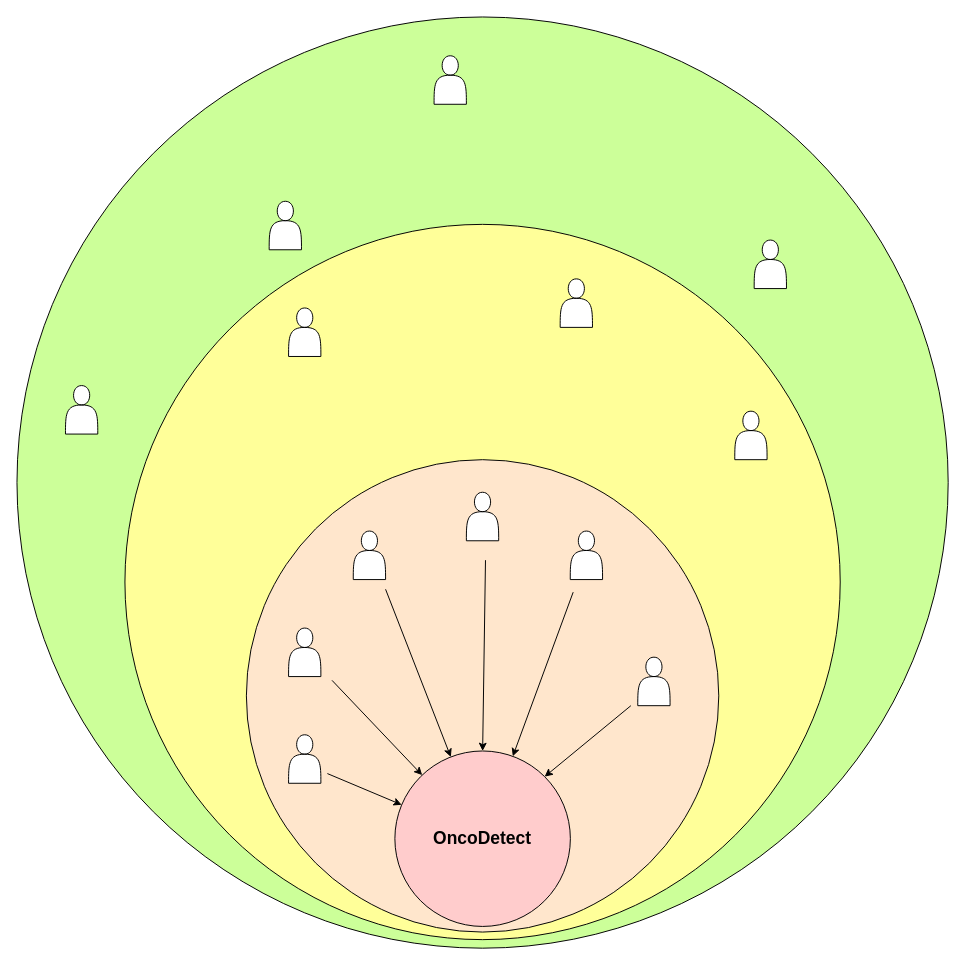
This is ShenalOnion.drawio from ShenalSen/24_5COSC020_CWK, a draw.io file, before an edit. Source tidied: cells renumbered, new cells numbered last; positions are measured from the earlier drawing's top-left corner, leaving out a move shared by most shapes. Both pictures are drawn from the tidied source at 97%, with x=0, y=0 at pixel (16, 16).
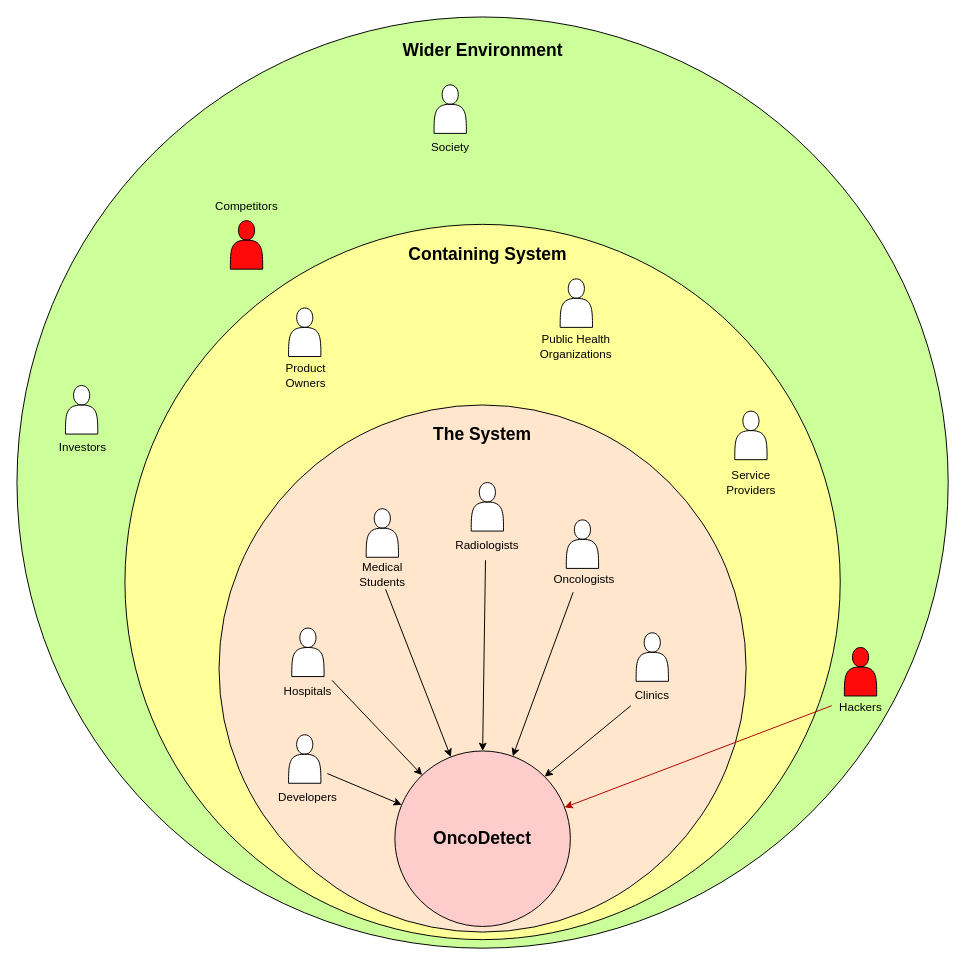
After the change.

The change refers to these unchanged cells:
```xml
<mxCell id="2" style="group;" parent="1" vertex="1">
  <mxGeometry width="960" height="960" as="geometry" />
</mxCell>
<mxCell id="3" style="ellipse;whiteSpace=wrap;html=1;fillColor=#CCFF99;" parent="2" vertex="1">
  <mxGeometry width="960" height="960" as="geometry" />
</mxCell>
<mxCell id="9" style="ellipse;whiteSpace=wrap;html=1;fillColor=#FFCCCC;" parent="2" vertex="1">
  <mxGeometry x="389.6" y="756.7" width="180.9" height="180.9" as="geometry" />
</mxCell>
```

What changed in the source:
```diff
@@
     <mxCell id="4" style="shape=actor;whiteSpace=wrap;html=1;" parent="3" vertex="1">
-      <mxGeometry x="430" y="40" width="33.3" height="50" as="geometry" />
+      <mxGeometry x="430" y="70" width="33.3" height="50" as="geometry" />
     </mxCell>
@@
-    <mxCell id="6" style="shape=actor;whiteSpace=wrap;html=1;" parent="3" vertex="1">
-      <mxGeometry x="260" y="190" width="33.3" height="50" as="geometry" />
+    <mxCell id="6" style="shape=actor;whiteSpace=wrap;html=1;fillColor=#FF0A0A;" parent="3" vertex="1">
+      <mxGeometry x="220" y="210" width="33.3" height="50" as="geometry" />
     </mxCell>
+    <mxCell id="27" value="Competitors" style="text;html=1;align=center;verticalAlign=middle;whiteSpace=wrap;rounded=0;" parent="3" vertex="1">
+      <mxGeometry x="206.7" y="180" width="60" height="30" as="geometry" />
+    </mxCell>
+    <mxCell id="28" value="Society" style="text;html=1;align=center;verticalAlign=middle;whiteSpace=wrap;rounded=0;" parent="3" vertex="1">
+      <mxGeometry x="416.7" y="120" width="60" height="30" as="geometry" />
+    </mxCell>
+    <mxCell id="29" style="group;" parent="3" vertex="1">
+      <mxGeometry x="839.7" y="647" width="60" height="80" as="geometry" />
+    </mxCell>
+    <mxCell id="30" value="Hackers" style="text;html=1;align=center;verticalAlign=middle;whiteSpace=wrap;rounded=0;" parent="29" vertex="1">
+      <mxGeometry y="50" width="60" height="30" as="geometry" />
+    </mxCell>
+    <mxCell id="25" style="shape=actor;whiteSpace=wrap;html=1;fillColor=#FF0A0A;" parent="3" vertex="1">
+      <mxGeometry x="853" y="650" width="33.3" height="50" as="geometry" />
+    </mxCell>
@@
     <mxCell id="8" style="ellipse;whiteSpace=wrap;html=1;fillColor=#FFE6CC;" parent="2" vertex="1">
-      <mxGeometry x="236.5" y="456.4" width="487" height="487" as="geometry" />
+      <mxGeometry x="208.3" y="400" width="543.4" height="543.4" as="geometry" />
     </mxCell>
@@
     <mxCell id="11" style="shape=actor;whiteSpace=wrap;html=1;" parent="2" vertex="1">
-      <mxGeometry x="640" y="660" width="33.3" height="50" as="geometry" />
+      <mxGeometry x="638.3" y="634.9" width="33.3" height="50" as="geometry" />
     </mxCell>
     <mxCell id="12" style="shape=actor;whiteSpace=wrap;html=1;" parent="2" vertex="1">
-      <mxGeometry x="280" y="630" width="33.3" height="50" as="geometry" />
+      <mxGeometry x="283.3" y="630" width="33.3" height="50" as="geometry" />
     </mxCell>
     <mxCell id="13" style="shape=actor;whiteSpace=wrap;html=1;" parent="2" vertex="1">
-      <mxGeometry x="346.7" y="530" width="33.3" height="50" as="geometry" />
+      <mxGeometry x="360" y="507" width="33.3" height="50" as="geometry" />
     </mxCell>
     <mxCell id="14" style="shape=actor;whiteSpace=wrap;html=1;" parent="2" vertex="1">
-      <mxGeometry x="570.4" y="530" width="33.3" height="50" as="geometry" />
+      <mxGeometry x="566.3" y="518.5" width="33.3" height="50" as="geometry" />
     </mxCell>
     <mxCell id="15" style="shape=actor;whiteSpace=wrap;html=1;" parent="2" vertex="1">
-      <mxGeometry x="463.3" y="490" width="33.3" height="50" as="geometry" />
+      <mxGeometry x="468.3" y="480" width="33.3" height="50" as="geometry" />
     </mxCell>
@@
-    <mxCell id="25" style="shape=actor;whiteSpace=wrap;html=1;" parent="2" vertex="1">
-      <mxGeometry x="760" y="230" width="33.3" height="50" as="geometry" />
-    </mxCell>
@@
+    <mxCell id="31" value="Developers" style="text;html=1;align=center;verticalAlign=middle;whiteSpace=wrap;rounded=0;" parent="2" vertex="1">
+      <mxGeometry x="270" y="790" width="60" height="30" as="geometry" />
+    </mxCell>
+    <mxCell id="32" value="Hospitals" style="text;html=1;align=center;verticalAlign=middle;whiteSpace=wrap;rounded=0;" parent="2" vertex="1">
+      <mxGeometry x="270" y="680" width="60" height="30" as="geometry" />
+    </mxCell>
+    <mxCell id="33" value="Medical&lt;div&gt;Students&lt;/div&gt;" style="text;html=1;align=center;verticalAlign=middle;whiteSpace=wrap;rounded=0;" parent="2" vertex="1">
+      <mxGeometry x="346.7" y="560" width="60" height="30" as="geometry" />
+    </mxCell>
+    <mxCell id="34" value="Radiologists" style="text;html=1;align=center;verticalAlign=middle;whiteSpace=wrap;rounded=0;" parent="2" vertex="1">
+      <mxGeometry x="455" y="530" width="60" height="30" as="geometry" />
+    </mxCell>
+    <mxCell id="35" value="Oncologists" style="text;html=1;align=center;verticalAlign=middle;whiteSpace=wrap;rounded=0;" parent="2" vertex="1">
+      <mxGeometry x="550" y="564.5" width="70" height="30" as="geometry" />
+    </mxCell>
+    <mxCell id="36" value="Clinics" style="text;html=1;align=center;verticalAlign=middle;whiteSpace=wrap;rounded=0;" parent="2" vertex="1">
+      <mxGeometry x="620" y="684.9" width="70" height="30" as="geometry" />
+    </mxCell>
+    <mxCell id="37" value="&lt;b&gt;&lt;font style=&quot;font-size: 18px;&quot;&gt;The System&lt;/font&gt;&lt;/b&gt;" style="text;html=1;align=center;verticalAlign=middle;whiteSpace=wrap;rounded=0;" parent="2" vertex="1">
+      <mxGeometry x="415" y="416.4" width="130" height="30" as="geometry" />
+    </mxCell>
+    <mxCell id="38" value="&lt;b&gt;&lt;font style=&quot;font-size: 18px;&quot;&gt;Containing System&lt;/font&gt;&lt;/b&gt;" style="text;html=1;align=center;verticalAlign=middle;whiteSpace=wrap;rounded=0;" parent="2" vertex="1">
+      <mxGeometry x="387.5" y="230" width="195" height="30" as="geometry" />
+    </mxCell>
+    <mxCell id="39" value="&lt;b&gt;&lt;font style=&quot;font-size: 18px;&quot;&gt;Wider Environment&lt;/font&gt;&lt;/b&gt;" style="text;html=1;align=center;verticalAlign=middle;whiteSpace=wrap;rounded=0;" parent="2" vertex="1">
+      <mxGeometry x="382.5" y="20" width="195" height="30" as="geometry" />
+    </mxCell>
+    <mxCell id="40" value="Product&lt;div&gt;Owners&lt;/div&gt;" style="text;html=1;align=center;verticalAlign=middle;whiteSpace=wrap;rounded=0;" parent="2" vertex="1">
+      <mxGeometry x="267.7" y="355" width="60" height="30" as="geometry" />
+    </mxCell>
+    <mxCell id="41" value="Public Health Organizations" style="text;html=1;align=center;verticalAlign=middle;whiteSpace=wrap;rounded=0;" parent="2" vertex="1">
+      <mxGeometry x="508.3" y="325" width="136.7" height="30" as="geometry" />
+    </mxCell>
+    <mxCell id="42" value="Service Providers" style="text;html=1;align=center;verticalAlign=middle;whiteSpace=wrap;rounded=0;" parent="2" vertex="1">
+      <mxGeometry x="710.8" y="465" width="91.7" height="30" as="geometry" />
+    </mxCell>
+    <mxCell id="43" value="Investors" style="text;html=1;align=center;verticalAlign=middle;whiteSpace=wrap;rounded=0;" parent="2" vertex="1">
+      <mxGeometry x="38" y="429.4" width="60" height="30" as="geometry" />
+    </mxCell>
+    <mxCell id="44" style="endArrow=classic;html=1;rounded=0;fillColor=#e51400;strokeColor=#B20000;" parent="2" edge="1" target="9">
+      <mxGeometry relative="1" as="geometry">
+        <mxPoint x="840" y="710" as="sourcePoint" />
+      </mxGeometry>
+    </mxCell>
```
